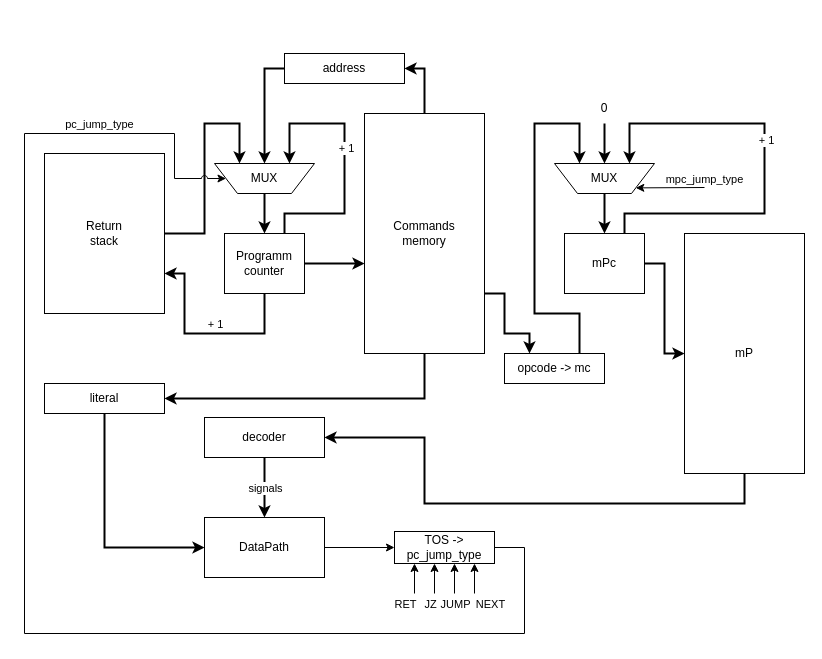
Before: schemes/control-unit.drawio in DiedCloud/csa-lab-3, a draw.io diagram. Source tidied: cells renumbered, new cells numbered last; positions are measured from the earlier drawing's top-left corner, leaving out a move shared by most shapes. Both pictures are drawn from the tidied source at 100%, with x=0, y=0 at pixel (24, 53).
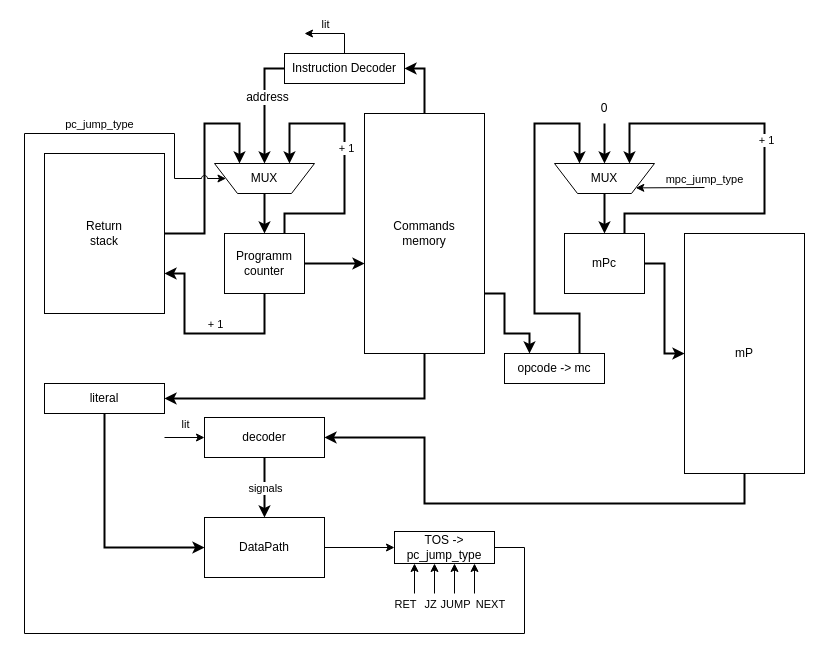
After the change.

Commit message (it also covers changes not shown here):
more detailed schemas, more detailed microprogram, small change of instruction set

The change refers to these unchanged cells:
```xml
<mxCell id="7" value="decoder" style="rounded=0;whiteSpace=wrap;html=1;" parent="1" vertex="1">
  <mxGeometry x="180" y="364" width="120" height="40" as="geometry" />
</mxCell>
<mxCell id="32" style="endArrow=classic;html=1;rounded=0;exitX=0;exitY=0.5;exitDx=0;exitDy=0;entryX=0.5;entryY=0;entryDx=0;entryDy=0;strokeWidth=2;" parent="1" edge="1" source="30" target="26">
  <mxGeometry relative="1" as="geometry">
    <Array as="points">
      <mxPoint x="240" y="15" />
    </Array>
  </mxGeometry>
</mxCell>
```

Change to the diagram source:
```diff
@@
-    <mxCell id="30" value="address" style="rounded=0;whiteSpace=wrap;html=1;" parent="1" vertex="1">
+    <mxCell id="30" value="Instruction Decoder" style="rounded=0;whiteSpace=wrap;html=1;" parent="1" vertex="1">
       <mxGeometry x="260" width="120" height="30" as="geometry" />
     </mxCell>
@@
+    <mxCell id="50" value="&lt;span style=&quot;font-size: 12px;&quot;&gt;address&lt;/span&gt;" style="edgeLabel;html=1;align=center;verticalAlign=middle;" parent="32" vertex="1">
+      <mxGeometry x="-0.16" y="2" relative="1" as="geometry" />
+    </mxCell>
@@
+    <mxCell id="51" style="endArrow=classic;html=1;rounded=0;jumpStyle=arc;exitX=0.5;exitY=0;exitDx=0;exitDy=0;" parent="1" edge="1" source="30">
+      <mxGeometry relative="1" as="geometry">
+        <mxPoint x="280" y="-20" as="targetPoint" />
+        <Array as="points">
+          <mxPoint x="320" y="-20" />
+        </Array>
+      </mxGeometry>
+    </mxCell>
+    <mxCell id="52" value="lit" style="edgeLabel;html=1;align=center;verticalAlign=middle;" parent="51" vertex="1">
+      <mxGeometry x="-0.04" relative="1" as="geometry">
+        <mxPoint x="-11" y="-10" as="offset" />
+      </mxGeometry>
+    </mxCell>
+    <mxCell id="53" style="endArrow=classic;html=1;rounded=0;jumpStyle=arc;entryX=0;entryY=0.5;entryDx=0;entryDy=0;" parent="1" edge="1" target="7">
+      <mxGeometry relative="1" as="geometry">
+        <mxPoint x="140" y="384" as="sourcePoint" />
+      </mxGeometry>
+    </mxCell>
+    <mxCell id="54" value="lit" style="edgeLabel;html=1;align=center;verticalAlign=middle;" parent="53" vertex="1">
+      <mxGeometry x="0.29" y="-1" relative="1" as="geometry">
+        <mxPoint x="-6" y="-15" as="offset" />
+      </mxGeometry>
+    </mxCell>
```
